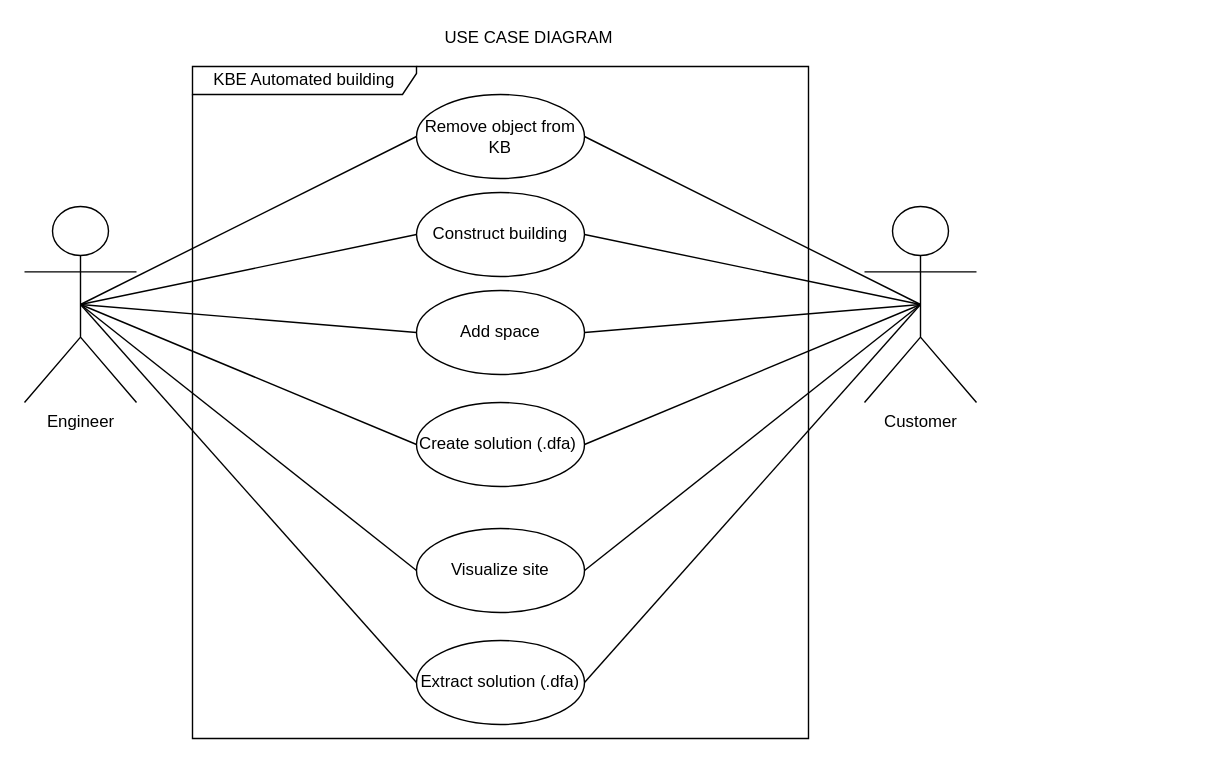
Before: page "Use case" (1 of 6) of Diagrams/Diagrams.drawio in Hallvaeb/automation-p2-construction-knowledge-base, a draw.io diagram. Source tidied: cells renumbered, new cells numbered last; positions are measured from the earlier drawing's top-left corner, leaving out a move shared by most shapes. Both pictures are drawn from the tidied source at 140%, with x=0, y=0 at pixel (24, 24).
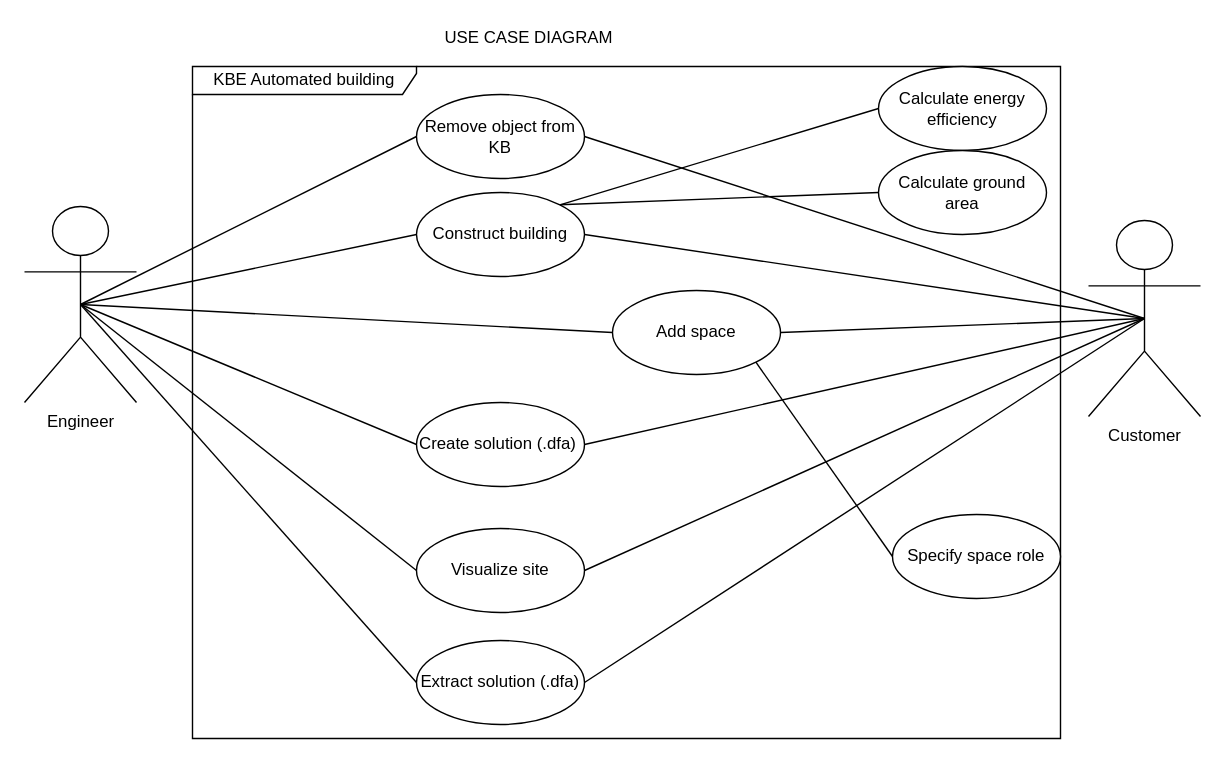
After the change.

The change refers to these unchanged cells:
```xml
<mxCell id="6" value="Remove object from KB" style="ellipse;whiteSpace=wrap;html=1;" parent="1" vertex="1">
  <mxGeometry x="280" y="50" width="120" height="60" as="geometry" />
</mxCell>
<mxCell id="8" value="Construct building" style="ellipse;whiteSpace=wrap;html=1;" parent="1" vertex="1">
  <mxGeometry x="280" y="120" width="120" height="60" as="geometry" />
</mxCell>
```

Change to the diagram source:
```diff
@@
     <mxCell id="2" value="KBE Automated building" style="shape=umlFrame;whiteSpace=wrap;html=1;width=160;height=20;" parent="1" vertex="1">
-      <mxGeometry x="120" y="30" width="440" height="480" as="geometry" />
+      <mxGeometry x="120" y="30" width="620" height="480" as="geometry" />
     </mxCell>
     <mxCell id="3" value="Customer" style="shape=umlActor;verticalLabelPosition=bottom;verticalAlign=top;html=1;" parent="1" vertex="1">
-      <mxGeometry x="600" y="130" width="80" height="140" as="geometry" />
+      <mxGeometry x="760" y="140" width="80" height="140" as="geometry" />
     </mxCell>
@@
     <mxCell id="14" value="Add space" style="ellipse;whiteSpace=wrap;html=1;" parent="1" vertex="1">
-      <mxGeometry x="280" y="190" width="120" height="60" as="geometry" />
+      <mxGeometry x="420" y="190" width="120" height="60" as="geometry" />
     </mxCell>
@@
-    <mxCell id="21" style="endArrow=none;html=1;rounded=0;entryX=1;entryY=0.5;entryDx=0;entryDy=0;" parent="1" edge="1" target="6">
-      <mxGeometry relative="1" as="geometry">
-        <mxPoint x="640" y="200" as="sourcePoint" />
-      </mxGeometry>
+    <mxCell id="21" style="endArrow=none;html=1;rounded=0;entryX=1;entryY=0.5;entryDx=0;entryDy=0;exitX=0.5;exitY=0.5;exitDx=0;exitDy=0;exitPerimeter=0;" parent="1" edge="1" source="3" target="6">
+      <mxGeometry relative="1" as="geometry" />
     </mxCell>
@@
+    <mxCell id="24" value="Calculate energy efficiency" style="ellipse;whiteSpace=wrap;html=1;" parent="1" vertex="1">
+      <mxGeometry x="610" y="30" width="120" height="60" as="geometry" />
+    </mxCell>
+    <mxCell id="25" style="endArrow=none;html=1;rounded=0;entryX=1;entryY=0;entryDx=0;entryDy=0;exitX=0;exitY=0.5;exitDx=0;exitDy=0;" parent="1" edge="1" source="24" target="8">
+      <mxGeometry relative="1" as="geometry" />
+    </mxCell>
+    <mxCell id="26" value="Calculate ground area" style="ellipse;whiteSpace=wrap;html=1;" parent="1" vertex="1">
+      <mxGeometry x="610" y="90" width="120" height="60" as="geometry" />
+    </mxCell>
+    <mxCell id="27" style="endArrow=none;html=1;rounded=0;entryX=1;entryY=0;entryDx=0;entryDy=0;exitX=0;exitY=0.5;exitDx=0;exitDy=0;" parent="1" edge="1" source="26" target="8">
+      <mxGeometry relative="1" as="geometry" />
+    </mxCell>
+    <mxCell id="28" value="Specify space role" style="ellipse;whiteSpace=wrap;html=1;" parent="1" vertex="1">
+      <mxGeometry x="620" y="350" width="120" height="60" as="geometry" />
+    </mxCell>
+    <mxCell id="29" style="endArrow=none;html=1;rounded=0;entryX=1;entryY=1;entryDx=0;entryDy=0;exitX=0;exitY=0.5;exitDx=0;exitDy=0;" parent="1" edge="1" source="28" target="14">
+      <mxGeometry relative="1" as="geometry" />
+    </mxCell>
```
